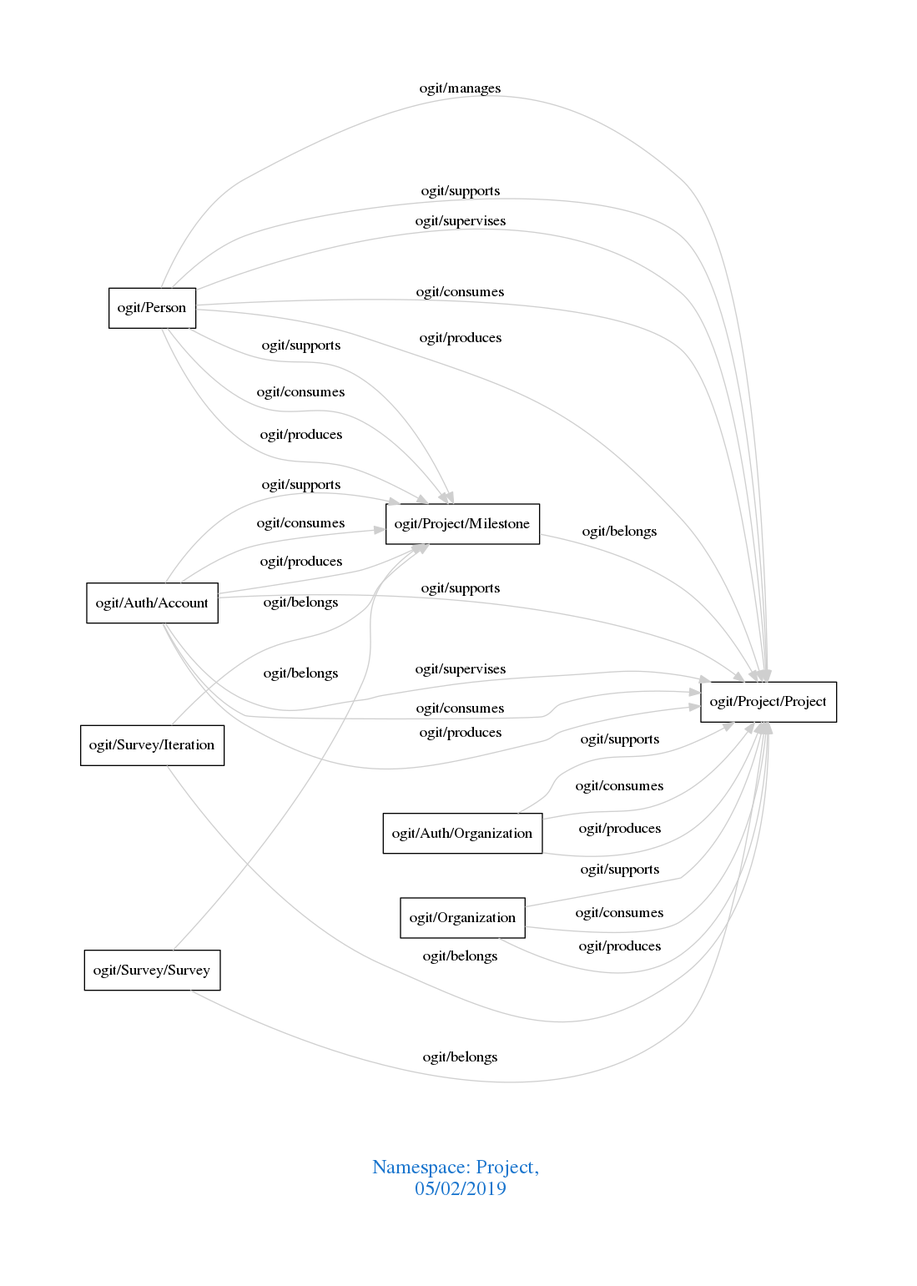
This is downloads/Project.png from arago/OGIT, a Graphviz export, as it was before one commit. Its source is kept beside it as downloads/Project.dot.
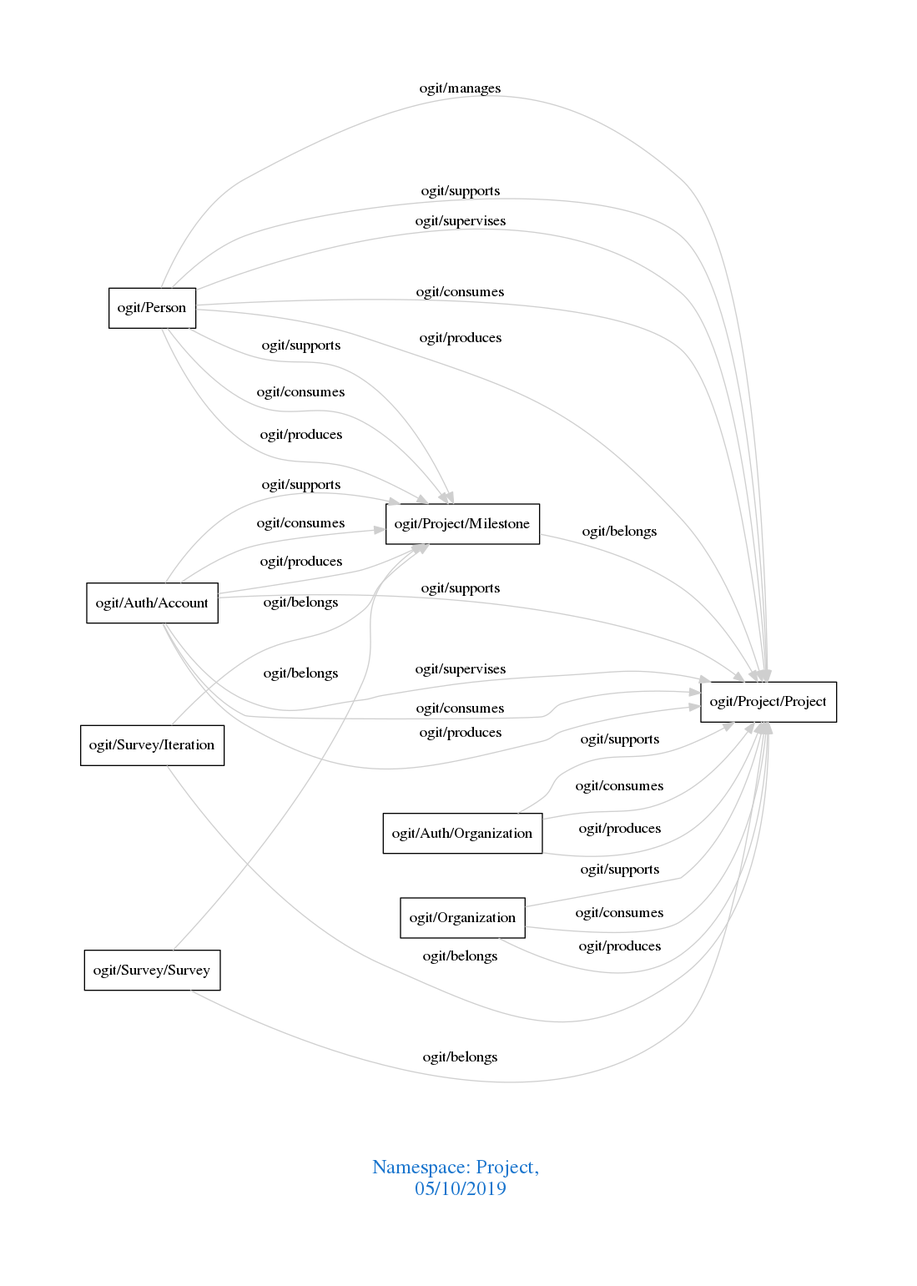
The same file after the commit.

What changed in the source:
```diff
@@ -1,7 +1,7 @@
 digraph OGIT_ontology {
  graph [ rankdir= LR,pad=1
 fontsize = 18,
-fontcolor= dodgerblue3,label = "\n\n\nNamespace: Project, \n 05/02/2019"];
+fontcolor= dodgerblue3,label = "\n\n\nNamespace: Project, \n 05/10/2019"];
 node[shape=polygon];
 edge [  color="gray81"];
 
```
